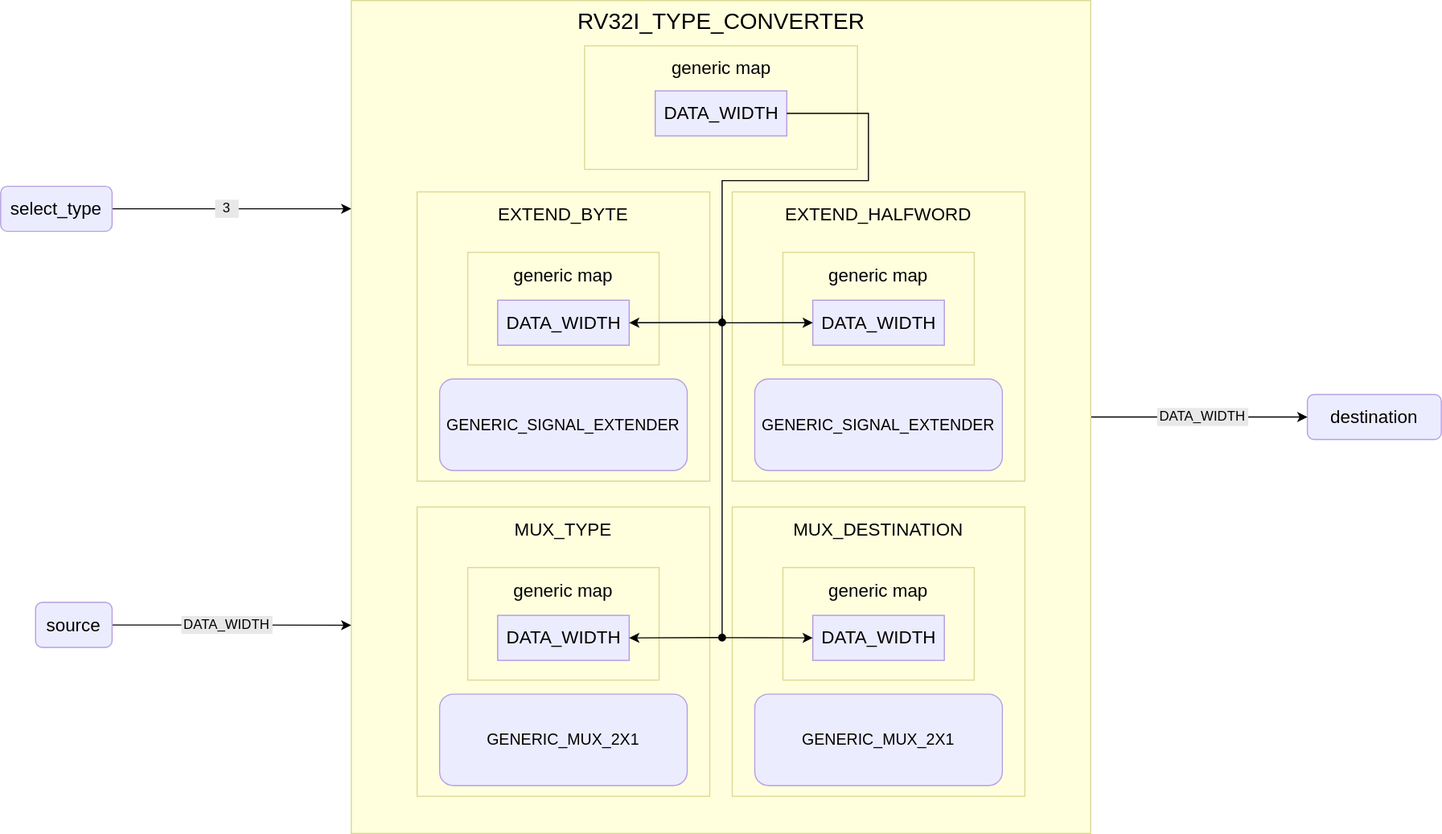
Earlier version of the draw.io export public/images/reference/report_components/rv32i_type_converter.drawio.svg (insper-riscv/docs). Source tidied: cells renumbered, new cells last; positions are measured from the earlier drawing's top-left corner, leaving out a move shared by most shapes.
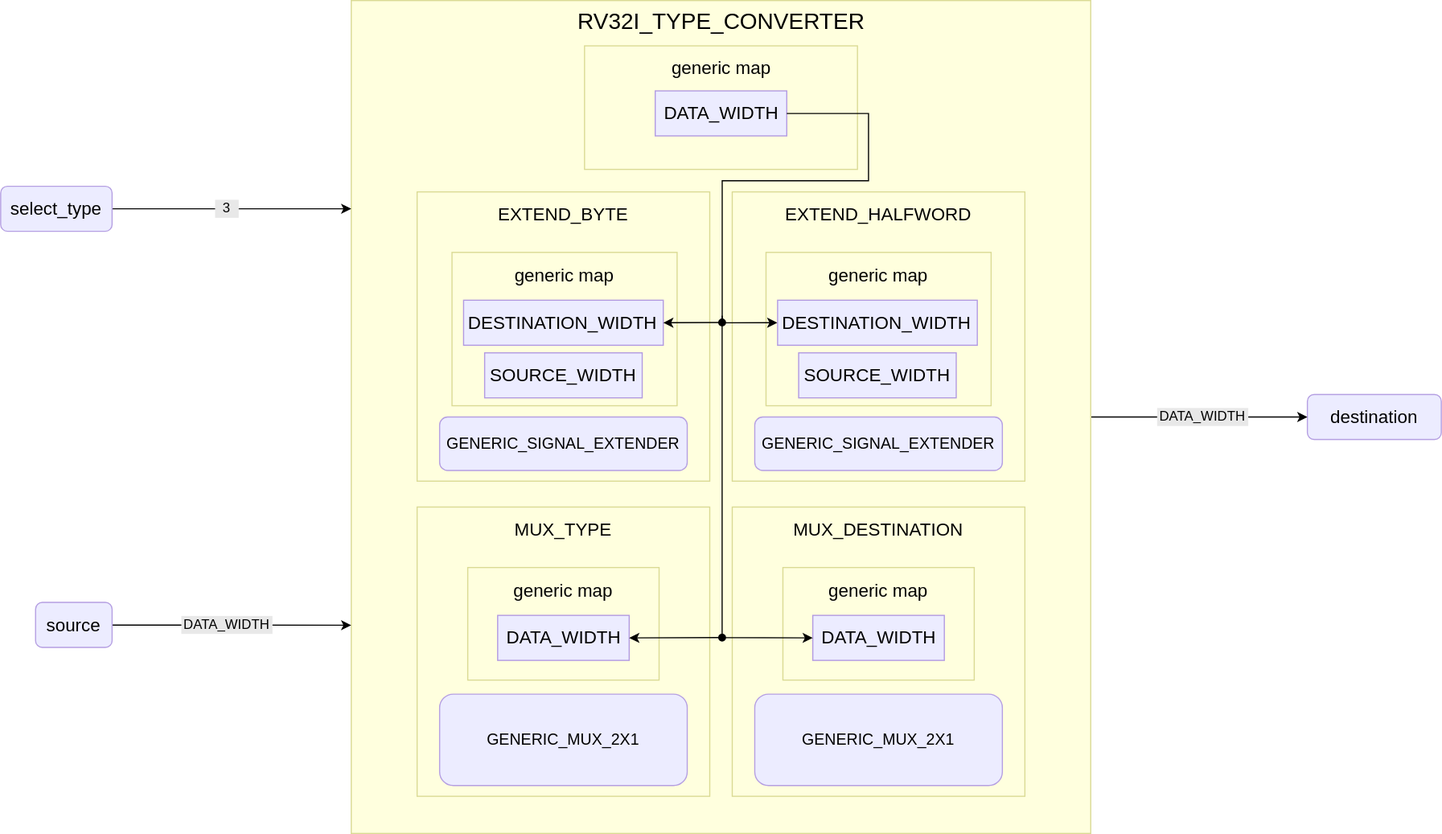
After the change.

Commit message:
update rv32i_type_converter report diagram

What changed in the source:
```diff
@@ -21,26 +21,20 @@
       <mxGeometry x="370" y="170" width="260" height="257" as="geometry" />
     </mxCell>
     <mxCell id="8" value="GENERIC_SIGNAL_EXTENDER" style="rounded=1;whiteSpace=wrap;html=1;fillColor=#ececff;strokeColor=#b59fe2;fontSize=14;" parent="1" vertex="1">
-      <mxGeometry x="390" y="336.2" width="220" height="81.2" as="geometry" />
+      <mxGeometry x="390" y="370" width="220" height="47.5" as="geometry" />
     </mxCell>
     <mxCell id="9" value="&lt;span style=&quot;font-size: 16px;&quot;&gt;generic map&lt;/span&gt;" style="rounded=0;whiteSpace=wrap;html=1;fillColor=#ffffde;strokeColor=#dada94;verticalAlign=top;fontSize=20;" parent="1" vertex="1">
-      <mxGeometry x="415" y="223.8" width="170" height="100" as="geometry" />
+      <mxGeometry x="401" y="223.8" width="200" height="136.2" as="geometry" />
     </mxCell>
-    <mxCell id="10" value="DATA_WIDTH" style="rounded=0;whiteSpace=wrap;html=1;fillColor=#ececff;strokeColor=#b29ae1;fontSize=16;" parent="1" vertex="1">
-      <mxGeometry x="441.6" y="266.2" width="116.9" height="40" as="geometry" />
+    <mxCell id="10" value="DESTINATION_WIDTH" style="rounded=0;whiteSpace=wrap;html=1;fillColor=#ececff;strokeColor=#b29ae1;fontSize=16;" parent="1" vertex="1">
+      <mxGeometry x="411.3" y="266.2" width="177.4" height="40" as="geometry" />
     </mxCell>
     <mxCell id="11" value="&lt;span style=&quot;font-size: 16px;&quot;&gt;EXTEND_HALFWORD&lt;/span&gt;" style="rounded=0;whiteSpace=wrap;html=1;fillColor=#ffffde;strokeColor=#dada94;verticalAlign=top;fontSize=20;" parent="1" vertex="1">
       <mxGeometry x="650" y="170" width="260" height="257" as="geometry" />
     </mxCell>
     <mxCell id="12" value="GENERIC_SIGNAL_EXTENDER" style="rounded=1;whiteSpace=wrap;html=1;fillColor=#ececff;strokeColor=#b59fe2;fontSize=14;" parent="1" vertex="1">
-      <mxGeometry x="670" y="336.2" width="220" height="81.2" as="geometry" />
+      <mxGeometry x="670" y="370" width="220" height="47.5" as="geometry" />
     </mxCell>
-    <mxCell id="13" value="&lt;span style=&quot;font-size: 16px;&quot;&gt;generic map&lt;/span&gt;" style="rounded=0;whiteSpace=wrap;html=1;fillColor=#ffffde;strokeColor=#dada94;verticalAlign=top;fontSize=20;" parent="1" vertex="1">
-      <mxGeometry x="695" y="223.8" width="170" height="100" as="geometry" />
-    </mxCell>
-    <mxCell id="14" value="DATA_WIDTH" style="rounded=0;whiteSpace=wrap;html=1;fillColor=#ececff;strokeColor=#b29ae1;fontSize=16;" parent="1" vertex="1">
-      <mxGeometry x="721.6" y="266.2" width="116.9" height="40" as="geometry" />
-    </mxCell>
     <mxCell id="15" value="&lt;span style=&quot;font-size: 16px;&quot;&gt;MUX_TYPE&lt;/span&gt;" style="rounded=0;whiteSpace=wrap;html=1;fillColor=#ffffde;strokeColor=#dada94;verticalAlign=top;fontSize=20;" parent="1" vertex="1">
       <mxGeometry x="370" y="450" width="260" height="257" as="geometry" />
     </mxCell>
@@ -65,16 +59,6 @@
     <mxCell id="22" value="DATA_WIDTH" style="rounded=0;whiteSpace=wrap;html=1;fillColor=#ececff;strokeColor=#b29ae1;fontSize=16;" parent="1" vertex="1">
       <mxGeometry x="721.6" y="546.2" width="116.9" height="40" as="geometry" />
     </mxCell>
-    <mxCell id="23" style="edgeStyle=orthogonalEdgeStyle;rounded=0;jettySize=auto;html=1;entryX=0;entryY=0.5;entryDx=0;entryDy=0;" parent="1" edge="1" source="6" target="14">
-      <mxGeometry relative="1" as="geometry">
-        <Array as="points">
-          <mxPoint x="771" y="100" />
-          <mxPoint x="771" y="160" />
-          <mxPoint x="641" y="160" />
-          <mxPoint x="641" y="286" />
-        </Array>
-      </mxGeometry>
-    </mxCell>
     <mxCell id="24" style="endArrow=classic;html=1;rounded=0;startArrow=oval;startFill=1;entryX=1;entryY=0.5;entryDx=0;entryDy=0;" parent="1" edge="1" target="10">
       <mxGeometry relative="1" as="geometry">
         <mxPoint x="641" y="286" as="sourcePoint" />
@@ -114,5 +98,28 @@
     <mxCell id="33" value="DATA_WIDTH" style="rounded=0;whiteSpace=wrap;html=1;fillColor=#e8e8e8;strokeColor=#e8e8e8;" parent="1" vertex="1">
       <mxGeometry x="161" y="547.2" width="80" height="15" as="geometry" />
     </mxCell>
+    <mxCell id="34" value="SOURCE_WIDTH" style="rounded=0;whiteSpace=wrap;html=1;fillColor=#ececff;strokeColor=#b29ae1;fontSize=16;" parent="1" vertex="1">
+      <mxGeometry x="430" y="313" width="140" height="40" as="geometry" />
+    </mxCell>
+    <mxCell id="13" value="&lt;span style=&quot;font-size: 16px;&quot;&gt;generic map&lt;/span&gt;" style="rounded=0;whiteSpace=wrap;html=1;fillColor=#ffffde;strokeColor=#dada94;verticalAlign=top;fontSize=20;" parent="1" vertex="1">
+      <mxGeometry x="680" y="223.8" width="200" height="136.2" as="geometry" />
+    </mxCell>
+    <mxCell id="35" value="DESTINATION_WIDTH" style="rounded=0;whiteSpace=wrap;html=1;fillColor=#ececff;strokeColor=#b29ae1;fontSize=16;" parent="1" vertex="1">
+      <mxGeometry x="690.3" y="266.2" width="177.4" height="40" as="geometry" />
+    </mxCell>
+    <mxCell id="36" value="SOURCE_WIDTH" style="rounded=0;whiteSpace=wrap;html=1;fillColor=#ececff;strokeColor=#b29ae1;fontSize=16;" parent="1" vertex="1">
+      <mxGeometry x="709" y="313" width="140" height="40" as="geometry" />
+    </mxCell>
+    <mxCell id="23" style="edgeStyle=orthogonalEdgeStyle;rounded=0;jettySize=auto;html=1;entryX=0;entryY=0.5;entryDx=0;entryDy=0;" parent="1" edge="1" source="6">
+      <mxGeometry relative="1" as="geometry">
+        <mxPoint x="690" y="286.2" as="targetPoint" />
+        <Array as="points">
+          <mxPoint x="771" y="100" />
+          <mxPoint x="771" y="160" />
+          <mxPoint x="641" y="160" />
+          <mxPoint x="641" y="286" />
+        </Array>
+      </mxGeometry>
+    </mxCell>
   </root>
 </mxGraphModel>
```
